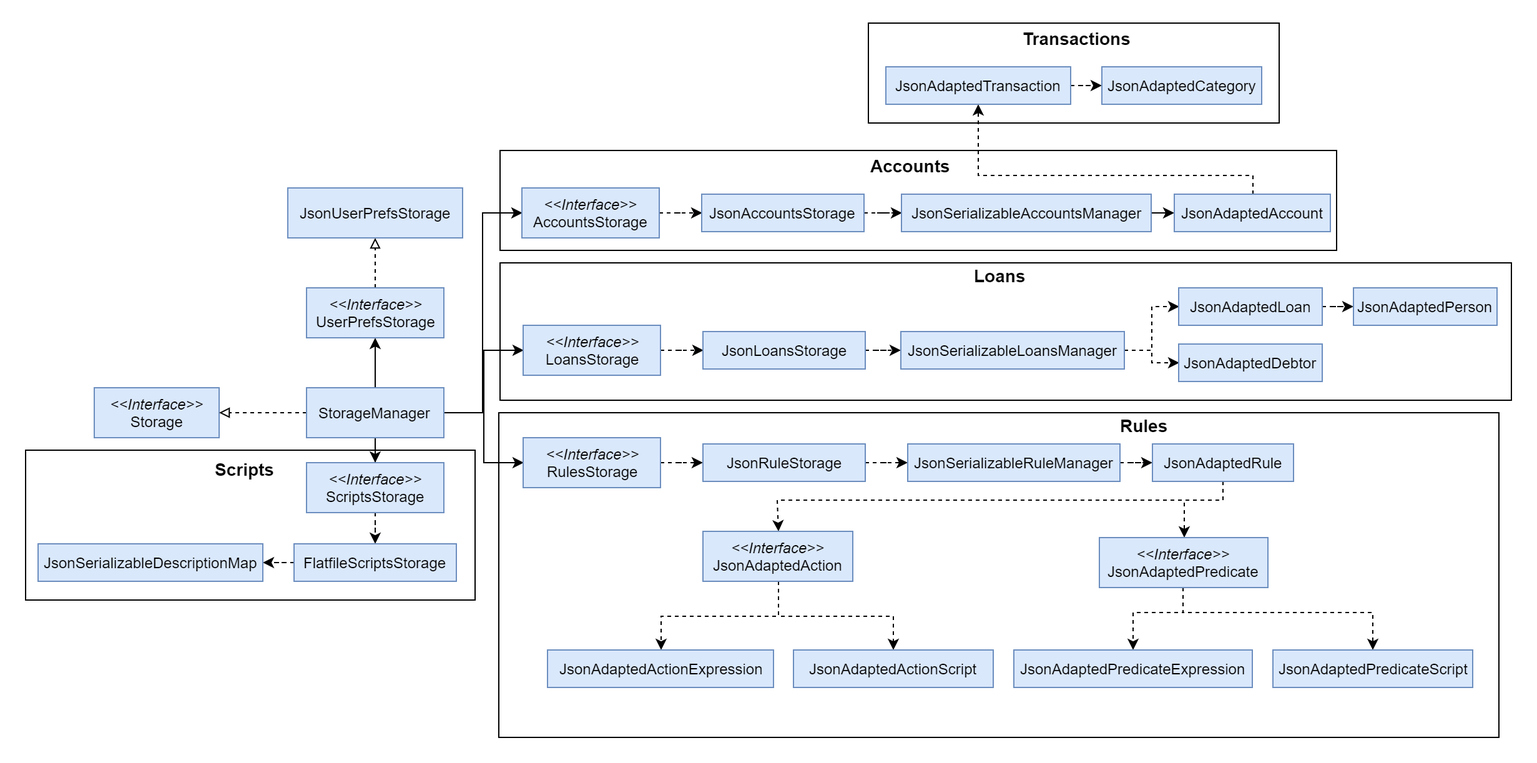
The draw.io diagram docs/images/StorageClassDiagram.png in nus-cs2103-AY1920S1/addressbook-level3, before a commit. Source tidied: cells renumbered, new cells last; positions are measured from the earlier drawing's top-left corner, leaving out a move shared by most shapes.
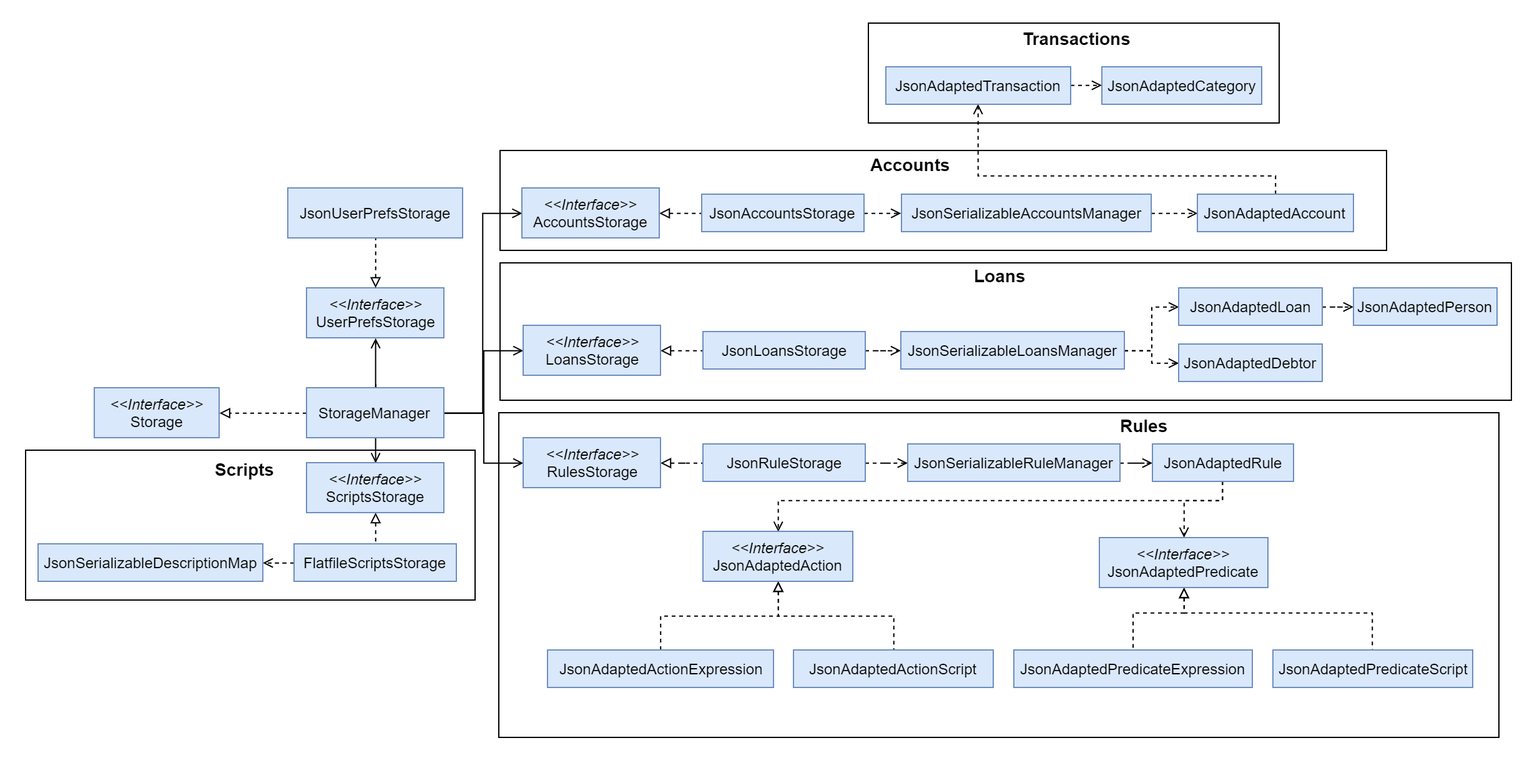
After the change.

The edit, as a diff of the source:
```diff
@@ -18,7 +18,7 @@
       <mxGeometry x="400" y="210" width="810" height="110" as="geometry" />
     </mxCell>
     <mxCell id="7" style="rounded=0;whiteSpace=wrap;html=1;" parent="1" vertex="1">
-      <mxGeometry x="400" y="120" width="670" height="80" as="geometry" />
+      <mxGeometry x="400" y="120" width="710" height="80" as="geometry" />
     </mxCell>
     <mxCell id="8" value="&lt;i&gt;&amp;lt;&amp;lt;Interface&amp;gt;&amp;gt;&lt;/i&gt;&lt;br&gt;Storage" style="html=1;fillColor=#dae8fc;strokeColor=#6c8ebf;" parent="1" vertex="1">
       <mxGeometry x="75" y="310" width="100" height="40" as="geometry" />
@@ -26,25 +26,25 @@
     <mxCell id="9" style="edgeStyle=orthogonalEdgeStyle;rounded=0;jettySize=auto;html=1;entryX=1;entryY=0.5;entryDx=0;entryDy=0;dashed=1;endArrow=block;endFill=0;" parent="1" edge="1" source="15" target="8">
       <mxGeometry relative="1" as="geometry" />
     </mxCell>
-    <mxCell id="10" style="edgeStyle=orthogonalEdgeStyle;rounded=0;jettySize=auto;html=1;entryX=0.5;entryY=1;entryDx=0;entryDy=0;endArrow=classic;endFill=1;" parent="1" edge="1" source="15" target="17">
+    <mxCell id="10" style="edgeStyle=orthogonalEdgeStyle;rounded=0;jettySize=auto;html=1;entryX=0.5;entryY=1;entryDx=0;entryDy=0;endArrow=open;endFill=0;" parent="1" edge="1" source="15" target="17">
       <mxGeometry relative="1" as="geometry" />
     </mxCell>
-    <mxCell id="11" style="edgeStyle=orthogonalEdgeStyle;rounded=0;jettySize=auto;html=1;entryX=0;entryY=0.5;entryDx=0;entryDy=0;endArrow=classic;endFill=1;" parent="1" edge="1" source="15" target="20">
+    <mxCell id="11" style="edgeStyle=orthogonalEdgeStyle;rounded=0;jettySize=auto;html=1;entryX=0;entryY=0.5;entryDx=0;entryDy=0;endArrow=open;endFill=0;" parent="1" edge="1" source="15" target="20">
       <mxGeometry relative="1" as="geometry" />
     </mxCell>
-    <mxCell id="12" style="edgeStyle=orthogonalEdgeStyle;rounded=0;jettySize=auto;html=1;entryX=0;entryY=0.5;entryDx=0;entryDy=0;endArrow=classic;endFill=1;" parent="1" edge="1" source="15" target="24">
+    <mxCell id="12" style="edgeStyle=orthogonalEdgeStyle;rounded=0;jettySize=auto;html=1;entryX=0;entryY=0.5;entryDx=0;entryDy=0;endArrow=open;endFill=0;" parent="1" edge="1" source="15" target="24">
       <mxGeometry relative="1" as="geometry" />
     </mxCell>
-    <mxCell id="13" style="edgeStyle=orthogonalEdgeStyle;rounded=0;jettySize=auto;html=1;entryX=0;entryY=0.5;entryDx=0;entryDy=0;endArrow=classic;endFill=1;" parent="1" edge="1" source="15" target="22">
+    <mxCell id="13" style="edgeStyle=orthogonalEdgeStyle;rounded=0;jettySize=auto;html=1;entryX=0;entryY=0.5;entryDx=0;entryDy=0;endArrow=open;endFill=0;" parent="1" edge="1" source="15" target="22">
       <mxGeometry relative="1" as="geometry" />
     </mxCell>
-    <mxCell id="14" style="edgeStyle=orthogonalEdgeStyle;rounded=0;jettySize=auto;html=1;entryX=0.5;entryY=0;entryDx=0;entryDy=0;endArrow=classic;endFill=1;" parent="1" edge="1" source="15" target="26">
+    <mxCell id="14" style="edgeStyle=orthogonalEdgeStyle;rounded=0;jettySize=auto;html=1;entryX=0.5;entryY=0;entryDx=0;entryDy=0;endArrow=open;endFill=0;" parent="1" edge="1" source="15" target="26">
       <mxGeometry relative="1" as="geometry" />
     </mxCell>
     <mxCell id="15" value="StorageManager" style="html=1;fillColor=#dae8fc;strokeColor=#6c8ebf;" parent="1" vertex="1">
       <mxGeometry x="245" y="310" width="110" height="40" as="geometry" />
     </mxCell>
-    <mxCell id="16" style="edgeStyle=orthogonalEdgeStyle;rounded=0;jettySize=auto;html=1;entryX=0.5;entryY=1;entryDx=0;entryDy=0;dashed=1;endArrow=block;endFill=0;" parent="1" edge="1" source="17" target="18">
+    <mxCell id="16" style="edgeStyle=orthogonalEdgeStyle;rounded=0;jettySize=auto;html=1;entryX=0.5;entryY=1;entryDx=0;entryDy=0;dashed=1;endArrow=none;endFill=0;startArrow=block;startFill=0;" parent="1" edge="1" source="17" target="18">
       <mxGeometry relative="1" as="geometry" />
     </mxCell>
     <mxCell id="17" value="&lt;i&gt;&amp;lt;&amp;lt;Interface&amp;gt;&amp;gt;&lt;/i&gt;&lt;br&gt;UserPrefsStorage" style="html=1;fillColor=#dae8fc;strokeColor=#6c8ebf;" parent="1" vertex="1">
@@ -53,58 +53,58 @@
     <mxCell id="18" value="JsonUserPrefsStorage" style="html=1;fillColor=#dae8fc;strokeColor=#6c8ebf;" parent="1" vertex="1">
       <mxGeometry x="230" y="150" width="140" height="40" as="geometry" />
     </mxCell>
-    <mxCell id="19" style="edgeStyle=orthogonalEdgeStyle;rounded=0;jettySize=auto;html=1;entryX=0;entryY=0.5;entryDx=0;entryDy=0;endArrow=classic;endFill=1;dashed=1;" parent="1" edge="1" source="20" target="53">
+    <mxCell id="19" style="edgeStyle=orthogonalEdgeStyle;rounded=0;jettySize=auto;html=1;entryX=0;entryY=0.5;entryDx=0;entryDy=0;endArrow=none;endFill=0;dashed=1;startArrow=block;startFill=0;" parent="1" edge="1" source="20" target="53">
       <mxGeometry relative="1" as="geometry" />
     </mxCell>
     <mxCell id="20" value="&lt;i&gt;&amp;lt;&amp;lt;Interface&amp;gt;&amp;gt;&lt;/i&gt;&lt;br&gt;AccountsStorage" style="html=1;fillColor=#dae8fc;strokeColor=#6c8ebf;" parent="1" vertex="1">
       <mxGeometry x="417.5" y="150" width="110" height="40" as="geometry" />
     </mxCell>
-    <mxCell id="21" style="edgeStyle=orthogonalEdgeStyle;rounded=0;jettySize=auto;html=1;entryX=0;entryY=0.5;entryDx=0;entryDy=0;dashed=1;endArrow=classic;endFill=1;" parent="1" edge="1" source="22" target="28">
+    <mxCell id="21" style="edgeStyle=orthogonalEdgeStyle;rounded=0;jettySize=auto;html=1;entryX=0;entryY=0.5;entryDx=0;entryDy=0;dashed=1;endArrow=none;endFill=0;startArrow=block;startFill=0;" parent="1" edge="1" source="22" target="28">
       <mxGeometry relative="1" as="geometry" />
     </mxCell>
     <mxCell id="22" value="&lt;i&gt;&amp;lt;&amp;lt;Interface&amp;gt;&amp;gt;&lt;/i&gt;&lt;br&gt;LoansStorage" style="html=1;fillColor=#dae8fc;strokeColor=#6c8ebf;" parent="1" vertex="1">
       <mxGeometry x="418.5" y="260" width="110" height="40" as="geometry" />
     </mxCell>
-    <mxCell id="23" style="edgeStyle=orthogonalEdgeStyle;rounded=0;jettySize=auto;html=1;dashed=1;endArrow=classic;endFill=1;" parent="1" edge="1" source="24" target="33">
+    <mxCell id="23" style="edgeStyle=orthogonalEdgeStyle;rounded=0;jettySize=auto;html=1;dashed=1;endArrow=none;endFill=0;startArrow=block;startFill=0;" parent="1" edge="1" source="24" target="33">
       <mxGeometry relative="1" as="geometry" />
     </mxCell>
     <mxCell id="24" value="&lt;i&gt;&amp;lt;&amp;lt;Interface&amp;gt;&amp;gt;&lt;/i&gt;&lt;br&gt;RulesStorage" style="html=1;fillColor=#dae8fc;strokeColor=#6c8ebf;" parent="1" vertex="1">
       <mxGeometry x="418.5" y="350" width="110" height="40" as="geometry" />
     </mxCell>
-    <mxCell id="25" style="edgeStyle=orthogonalEdgeStyle;rounded=0;jettySize=auto;html=1;entryX=0.5;entryY=0;entryDx=0;entryDy=0;dashed=1;endArrow=classic;endFill=1;" parent="1" edge="1" source="26" target="35">
+    <mxCell id="25" style="edgeStyle=orthogonalEdgeStyle;rounded=0;jettySize=auto;html=1;entryX=0.5;entryY=0;entryDx=0;entryDy=0;dashed=1;endArrow=none;endFill=0;startArrow=block;startFill=0;" parent="1" edge="1" source="26" target="35">
       <mxGeometry relative="1" as="geometry" />
     </mxCell>
     <mxCell id="26" value="&lt;i&gt;&amp;lt;&amp;lt;Interface&amp;gt;&amp;gt;&lt;/i&gt;&lt;br&gt;ScriptsStorage" style="html=1;fillColor=#dae8fc;strokeColor=#6c8ebf;" parent="1" vertex="1">
       <mxGeometry x="245" y="370" width="110" height="40" as="geometry" />
     </mxCell>
-    <mxCell id="27" style="edgeStyle=orthogonalEdgeStyle;rounded=0;jettySize=auto;html=1;dashed=1;endArrow=classic;endFill=1;" parent="1" edge="1" source="28" target="31">
+    <mxCell id="27" style="edgeStyle=orthogonalEdgeStyle;rounded=0;jettySize=auto;html=1;dashed=1;endArrow=open;endFill=0;" parent="1" edge="1" source="28" target="31">
       <mxGeometry relative="1" as="geometry" />
     </mxCell>
     <mxCell id="28" value="JsonLoansStorage" style="html=1;fillColor=#dae8fc;strokeColor=#6c8ebf;" parent="1" vertex="1">
       <mxGeometry x="562.5" y="265" width="130" height="30" as="geometry" />
     </mxCell>
-    <mxCell id="29" style="edgeStyle=orthogonalEdgeStyle;rounded=0;jettySize=auto;html=1;entryX=0;entryY=0.5;entryDx=0;entryDy=0;dashed=1;endArrow=classic;endFill=1;" parent="1" edge="1" source="31" target="40">
+    <mxCell id="29" style="edgeStyle=orthogonalEdgeStyle;rounded=0;jettySize=auto;html=1;entryX=0;entryY=0.5;entryDx=0;entryDy=0;dashed=1;endArrow=open;endFill=0;" parent="1" edge="1" source="31" target="40">
       <mxGeometry relative="1" as="geometry" />
     </mxCell>
-    <mxCell id="30" style="edgeStyle=orthogonalEdgeStyle;rounded=0;jettySize=auto;html=1;entryX=0;entryY=0.5;entryDx=0;entryDy=0;dashed=1;endArrow=classic;endFill=1;" parent="1" edge="1" source="31" target="42">
+    <mxCell id="30" style="edgeStyle=orthogonalEdgeStyle;rounded=0;jettySize=auto;html=1;entryX=0;entryY=0.5;entryDx=0;entryDy=0;dashed=1;endArrow=open;endFill=0;" parent="1" edge="1" source="31" target="42">
       <mxGeometry relative="1" as="geometry" />
     </mxCell>
     <mxCell id="31" value="JsonSerializableLoansManager" style="html=1;fillColor=#dae8fc;strokeColor=#6c8ebf;" parent="1" vertex="1">
       <mxGeometry x="721" y="265" width="179" height="30" as="geometry" />
     </mxCell>
-    <mxCell id="32" style="edgeStyle=orthogonalEdgeStyle;rounded=0;jettySize=auto;html=1;dashed=1;endArrow=classic;endFill=1;" parent="1" edge="1" source="33" target="37">
+    <mxCell id="32" style="edgeStyle=orthogonalEdgeStyle;rounded=0;jettySize=auto;html=1;dashed=1;endArrow=open;endFill=0;" parent="1" edge="1" source="33" target="37">
       <mxGeometry relative="1" as="geometry" />
     </mxCell>
     <mxCell id="33" value="JsonRuleStorage" style="html=1;fillColor=#dae8fc;strokeColor=#6c8ebf;" parent="1" vertex="1">
       <mxGeometry x="562.5" y="355" width="130" height="30" as="geometry" />
     </mxCell>
-    <mxCell id="34" style="edgeStyle=orthogonalEdgeStyle;rounded=0;jettySize=auto;html=1;dashed=1;endArrow=classic;endFill=1;" parent="1" edge="1" source="35" target="38">
+    <mxCell id="34" style="edgeStyle=orthogonalEdgeStyle;rounded=0;jettySize=auto;html=1;dashed=1;endArrow=open;endFill=0;" parent="1" edge="1" source="35" target="38">
       <mxGeometry relative="1" as="geometry" />
     </mxCell>
     <mxCell id="35" value="FlatfileScriptsStorage" style="html=1;fillColor=#dae8fc;strokeColor=#6c8ebf;" parent="1" vertex="1">
       <mxGeometry x="235" y="435" width="130" height="30" as="geometry" />
     </mxCell>
-    <mxCell id="36" style="edgeStyle=orthogonalEdgeStyle;rounded=0;jettySize=auto;html=1;dashed=1;endArrow=classic;endFill=1;" parent="1" edge="1" source="37" target="45">
+    <mxCell id="36" style="edgeStyle=orthogonalEdgeStyle;rounded=0;jettySize=auto;html=1;dashed=1;endArrow=open;endFill=0;" parent="1" edge="1" source="37" target="45">
       <mxGeometry relative="1" as="geometry" />
     </mxCell>
     <mxCell id="37" value="JsonSerializableRuleManager" style="html=1;fillColor=#dae8fc;strokeColor=#6c8ebf;" parent="1" vertex="1">
@@ -113,7 +113,7 @@
     <mxCell id="38" value="JsonSerializableDescriptionMap" style="html=1;fillColor=#dae8fc;strokeColor=#6c8ebf;" parent="1" vertex="1">
       <mxGeometry x="30" y="435" width="180" height="30" as="geometry" />
     </mxCell>
-    <mxCell id="39" style="edgeStyle=orthogonalEdgeStyle;rounded=0;jettySize=auto;html=1;dashed=1;endArrow=classic;endFill=1;" parent="1" edge="1" source="40" target="41">
+    <mxCell id="39" style="edgeStyle=orthogonalEdgeStyle;rounded=0;jettySize=auto;html=1;dashed=1;endArrow=open;endFill=0;" parent="1" edge="1" source="40" target="41">
       <mxGeometry relative="1" as="geometry" />
     </mxCell>
     <mxCell id="40" value="JsonAdaptedLoan" style="html=1;fillColor=#dae8fc;strokeColor=#6c8ebf;" parent="1" vertex="1">
@@ -125,7 +125,7 @@
     <mxCell id="42" value="JsonAdaptedDebtor" style="html=1;fillColor=#dae8fc;strokeColor=#6c8ebf;" parent="1" vertex="1">
       <mxGeometry x="943.5" y="275" width="115" height="30" as="geometry" />
     </mxCell>
-    <mxCell id="43" style="edgeStyle=orthogonalEdgeStyle;rounded=0;jettySize=auto;html=1;entryX=0.5;entryY=0;entryDx=0;entryDy=0;dashed=1;endArrow=classic;endFill=1;strokeColor=#000000;" parent="1" edge="1" source="45" target="51">
+    <mxCell id="43" style="edgeStyle=orthogonalEdgeStyle;rounded=0;jettySize=auto;html=1;entryX=0.5;entryY=0;entryDx=0;entryDy=0;endArrow=open;endFill=0;strokeColor=#000000;dashed=1;" parent="1" edge="1" source="45" target="51">
       <mxGeometry relative="1" as="geometry">
         <Array as="points">
           <mxPoint x="979" y="400" />
@@ -133,7 +133,7 @@
         </Array>
       </mxGeometry>
     </mxCell>
-    <mxCell id="44" style="edgeStyle=orthogonalEdgeStyle;rounded=0;jettySize=auto;html=1;dashed=1;endArrow=classic;endFill=1;strokeColor=#000000;" parent="1" edge="1" source="45" target="48">
+    <mxCell id="44" style="edgeStyle=orthogonalEdgeStyle;rounded=0;jettySize=auto;html=1;endArrow=open;endFill=0;strokeColor=#000000;dashed=1;" parent="1" edge="1" source="45" target="48">
       <mxGeometry relative="1" as="geometry">
         <Array as="points">
           <mxPoint x="979" y="400" />
@@ -144,7 +144,7 @@
     <mxCell id="45" value="JsonAdaptedRule" style="html=1;fillColor=#dae8fc;strokeColor=#6c8ebf;" parent="1" vertex="1">
       <mxGeometry x="922.5" y="355" width="113" height="30" as="geometry" />
     </mxCell>
-    <mxCell id="46" style="edgeStyle=orthogonalEdgeStyle;rounded=0;jettySize=auto;html=1;entryX=0.5;entryY=0;entryDx=0;entryDy=0;dashed=1;endArrow=classic;endFill=1;strokeColor=#000000;" parent="1" edge="1" source="48" target="61">
+    <mxCell id="46" style="edgeStyle=orthogonalEdgeStyle;rounded=0;jettySize=auto;html=1;entryX=0.5;entryY=0;entryDx=0;entryDy=0;dashed=1;endArrow=none;endFill=0;strokeColor=#000000;startArrow=block;startFill=0;" parent="1" edge="1" source="48" target="61">
       <mxGeometry relative="1" as="geometry">
         <Array as="points">
           <mxPoint x="947" y="490" />
@@ -152,7 +152,7 @@
         </Array>
       </mxGeometry>
     </mxCell>
-    <mxCell id="47" style="edgeStyle=orthogonalEdgeStyle;rounded=0;jettySize=auto;html=1;dashed=1;endArrow=classic;endFill=1;strokeColor=#000000;" parent="1" edge="1" source="48" target="62">
+    <mxCell id="47" style="edgeStyle=orthogonalEdgeStyle;rounded=0;jettySize=auto;html=1;dashed=1;endArrow=none;endFill=0;strokeColor=#000000;startArrow=block;startFill=0;" parent="1" edge="1" source="48" target="62">
       <mxGeometry relative="1" as="geometry">
         <Array as="points">
           <mxPoint x="947" y="490" />
@@ -163,39 +163,39 @@
     <mxCell id="48" value="&lt;i&gt;&amp;lt;&amp;lt;Interface&amp;gt;&amp;gt;&lt;/i&gt;&lt;br&gt;JsonAdaptedPredicate" style="html=1;fillColor=#dae8fc;strokeColor=#6c8ebf;" parent="1" vertex="1">
       <mxGeometry x="880" y="430" width="135" height="40" as="geometry" />
     </mxCell>
-    <mxCell id="49" style="edgeStyle=orthogonalEdgeStyle;rounded=0;jettySize=auto;html=1;dashed=1;endArrow=classic;endFill=1;" parent="1" edge="1" source="51" target="64">
+    <mxCell id="49" style="edgeStyle=orthogonalEdgeStyle;rounded=0;jettySize=auto;html=1;dashed=1;endArrow=none;endFill=0;startArrow=block;startFill=0;" parent="1" edge="1" source="51" target="64">
       <mxGeometry relative="1" as="geometry" />
     </mxCell>
-    <mxCell id="50" style="edgeStyle=orthogonalEdgeStyle;rounded=0;jettySize=auto;html=1;dashed=1;endArrow=classic;endFill=1;" parent="1" edge="1" source="51" target="63">
+    <mxCell id="50" style="edgeStyle=orthogonalEdgeStyle;rounded=0;jettySize=auto;html=1;dashed=1;endArrow=none;endFill=0;startArrow=block;startFill=0;" parent="1" edge="1" source="51" target="63">
       <mxGeometry relative="1" as="geometry" />
     </mxCell>
     <mxCell id="51" value="&lt;i&gt;&amp;lt;&amp;lt;Interface&amp;gt;&amp;gt;&lt;/i&gt;&lt;br&gt;JsonAdaptedAction" style="html=1;fillColor=#dae8fc;strokeColor=#6c8ebf;" parent="1" vertex="1">
       <mxGeometry x="562.5" y="425" width="120" height="40" as="geometry" />
     </mxCell>
-    <mxCell id="52" style="edgeStyle=orthogonalEdgeStyle;rounded=0;jettySize=auto;html=1;entryX=0;entryY=0.5;entryDx=0;entryDy=0;dashed=1;endArrow=classic;endFill=1;" parent="1" edge="1" source="53" target="55">
+    <mxCell id="52" style="edgeStyle=orthogonalEdgeStyle;rounded=0;jettySize=auto;html=1;entryX=0;entryY=0.5;entryDx=0;entryDy=0;dashed=1;endArrow=open;endFill=0;" parent="1" edge="1" source="53" target="55">
       <mxGeometry relative="1" as="geometry" />
     </mxCell>
     <mxCell id="53" value="JsonAccountsStorage" style="html=1;fillColor=#dae8fc;strokeColor=#6c8ebf;" parent="1" vertex="1">
       <mxGeometry x="561.5" y="155" width="130" height="30" as="geometry" />
     </mxCell>
-    <mxCell id="54" style="edgeStyle=orthogonalEdgeStyle;rounded=0;jettySize=auto;html=1;entryX=0;entryY=0.5;entryDx=0;entryDy=0;dashed=1;endArrow=classic;endFill=1;" parent="1" edge="1" source="55" target="57">
+    <mxCell id="54" style="edgeStyle=orthogonalEdgeStyle;rounded=0;jettySize=auto;html=1;entryX=0;entryY=0.5;entryDx=0;entryDy=0;dashed=1;endArrow=open;endFill=0;" parent="1" edge="1" source="55" target="57">
       <mxGeometry relative="1" as="geometry" />
     </mxCell>
     <mxCell id="55" value="JsonSerializableAccountsManager" style="html=1;fillColor=#dae8fc;strokeColor=#6c8ebf;" parent="1" vertex="1">
       <mxGeometry x="721.5" y="155" width="200" height="30" as="geometry" />
     </mxCell>
-    <mxCell id="56" style="edgeStyle=orthogonalEdgeStyle;rounded=0;jettySize=auto;html=1;entryX=0.5;entryY=1;entryDx=0;entryDy=0;endArrow=classic;endFill=1;strokeColor=#000000;dashed=1;" parent="1" edge="1" source="57" target="59">
+    <mxCell id="56" style="edgeStyle=orthogonalEdgeStyle;rounded=0;jettySize=auto;html=1;entryX=0.5;entryY=1;entryDx=0;entryDy=0;endArrow=open;endFill=0;strokeColor=#000000;dashed=1;" parent="1" edge="1" source="57" target="59">
       <mxGeometry relative="1" as="geometry">
         <Array as="points">
-          <mxPoint x="1003" y="140" />
+          <mxPoint x="1021" y="140" />
           <mxPoint x="783" y="140" />
         </Array>
       </mxGeometry>
     </mxCell>
     <mxCell id="57" value="JsonAdaptedAccount" style="html=1;fillColor=#dae8fc;strokeColor=#6c8ebf;" parent="1" vertex="1">
-      <mxGeometry x="940" y="155" width="125" height="30" as="geometry" />
+      <mxGeometry x="958.5" y="155" width="125" height="30" as="geometry" />
     </mxCell>
-    <mxCell id="58" style="edgeStyle=orthogonalEdgeStyle;rounded=0;jettySize=auto;html=1;entryX=0;entryY=0.5;entryDx=0;entryDy=0;dashed=1;endArrow=classic;endFill=1;" parent="1" edge="1" source="59" target="60">
+    <mxCell id="58" style="edgeStyle=orthogonalEdgeStyle;rounded=0;jettySize=auto;html=1;entryX=0;entryY=0.5;entryDx=0;entryDy=0;dashed=1;endArrow=open;endFill=0;" parent="1" edge="1" source="59" target="60">
       <mxGeometry relative="1" as="geometry" />
     </mxCell>
     <mxCell id="59" value="JsonAdaptedTransaction" style="html=1;fillColor=#dae8fc;strokeColor=#6c8ebf;" parent="1" vertex="1">
```
